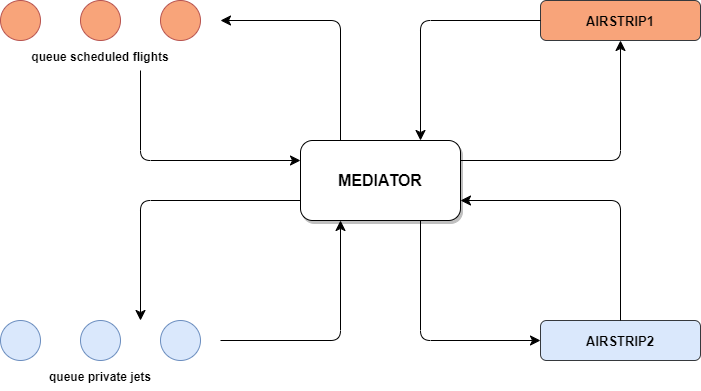
This is AirTrafficController_Doc/figure4.png from NiccoBene00/airTrafficController, a draw.io export, as it was before one commit. Source tidied: cells renumbered, new cells last; positions are measured from the earlier drawing's top-left corner, leaving out a move shared by most shapes. Its diagram source:
```xml
<mxGraphModel background="#FFFFFF">
  <root>
    <mxCell id="0" />
    <mxCell id="1" parent="0" />
    <mxCell id="2" style="ellipse;whiteSpace=wrap;html=1;fillColor=#F8A47A;strokeColor=#b85450;" parent="1" vertex="1">
      <mxGeometry width="40" height="40" as="geometry" />
    </mxCell>
    <mxCell id="3" style="ellipse;whiteSpace=wrap;html=1;fillColor=#dae8fc;strokeColor=#6c8ebf;" parent="1" vertex="1">
      <mxGeometry y="320" width="40" height="40" as="geometry" />
    </mxCell>
    <mxCell id="4" value="&lt;b&gt;MEDIATOR&lt;/b&gt;" style="rounded=1;whiteSpace=wrap;html=1;fontSize=16;shadow=1;" parent="1" vertex="1">
      <mxGeometry x="300" y="140" width="160" height="80" as="geometry" />
    </mxCell>
    <mxCell id="5" style="ellipse;whiteSpace=wrap;html=1;fillColor=#F8A47A;strokeColor=#b85450;" parent="1" vertex="1">
      <mxGeometry x="80" width="40" height="40" as="geometry" />
    </mxCell>
    <mxCell id="6" style="ellipse;whiteSpace=wrap;html=1;fillColor=#F8A47A;strokeColor=#b85450;" parent="1" vertex="1">
      <mxGeometry x="160" width="40" height="40" as="geometry" />
    </mxCell>
    <mxCell id="7" value="&lt;font size=&quot;1&quot; style=&quot;&quot;&gt;&lt;b style=&quot;font-size: 12px;&quot;&gt;queue scheduled flights&lt;/b&gt;&lt;/font&gt;" style="text;html=1;strokeColor=none;fillColor=none;align=center;verticalAlign=middle;whiteSpace=wrap;rounded=0;fontSize=16;strokeWidth=1;" parent="1" vertex="1">
      <mxGeometry x="20" y="40" width="160" height="30" as="geometry" />
    </mxCell>
    <mxCell id="8" style="ellipse;whiteSpace=wrap;html=1;fillColor=#dae8fc;strokeColor=#6c8ebf;" parent="1" vertex="1">
      <mxGeometry x="80" y="320" width="40" height="40" as="geometry" />
    </mxCell>
    <mxCell id="9" style="ellipse;whiteSpace=wrap;html=1;fillColor=#DAE8FC;strokeColor=#6c8ebf;" parent="1" vertex="1">
      <mxGeometry x="160" y="320" width="40" height="40" as="geometry" />
    </mxCell>
    <mxCell id="10" value="&lt;font size=&quot;1&quot; style=&quot;&quot;&gt;&lt;b style=&quot;font-size: 12px;&quot;&gt;queue private jets&lt;/b&gt;&lt;/font&gt;" style="text;html=1;strokeColor=none;fillColor=none;align=center;verticalAlign=middle;whiteSpace=wrap;rounded=0;fontSize=16;" parent="1" vertex="1">
      <mxGeometry x="20" y="360" width="160" height="30" as="geometry" />
    </mxCell>
    <mxCell id="11" style="endArrow=classic;html=1;rounded=1;fontSize=12;startSize=8;endSize=8;entryX=0;entryY=0.25;entryDx=0;entryDy=0;exitX=0.75;exitY=1;exitDx=0;exitDy=0;fillColor=#e51400;strokeColor=#000000;" parent="1" edge="1" source="7" target="4">
      <mxGeometry relative="1" as="geometry">
        <Array as="points">
          <mxPoint x="140" y="160" />
        </Array>
      </mxGeometry>
    </mxCell>
    <mxCell id="12" style="endArrow=classic;html=1;rounded=1;fontSize=12;startSize=8;endSize=8;exitX=0;exitY=0.75;exitDx=0;exitDy=0;fillColor=#e51400;strokeColor=#000000;" parent="1" edge="1" source="4">
      <mxGeometry relative="1" as="geometry">
        <mxPoint x="140" y="320" as="targetPoint" />
        <Array as="points">
          <mxPoint x="140" y="200" />
        </Array>
      </mxGeometry>
    </mxCell>
    <mxCell id="13" value="&lt;font size=&quot;1&quot; style=&quot;&quot;&gt;&lt;b style=&quot;font-size: 13px;&quot;&gt;AIRSTRIP1&lt;/b&gt;&lt;/font&gt;" style="rounded=1;whiteSpace=wrap;html=1;fontSize=16;fillColor=#F8A47A;strokeColor=#36393d;" parent="1" vertex="1">
      <mxGeometry x="540" width="160" height="40" as="geometry" />
    </mxCell>
    <mxCell id="14" style="endArrow=classic;html=1;rounded=1;fontSize=12;startSize=8;endSize=8;exitX=0.25;exitY=0;exitDx=0;exitDy=0;fillColor=#e51400;strokeColor=#000000;" parent="1" edge="1" source="4">
      <mxGeometry relative="1" as="geometry">
        <mxPoint x="220" y="20" as="targetPoint" />
        <Array as="points">
          <mxPoint x="340" y="20" />
        </Array>
      </mxGeometry>
    </mxCell>
    <mxCell id="15" style="endArrow=classic;html=1;rounded=1;fontSize=12;startSize=8;endSize=8;entryX=0.75;entryY=0;entryDx=0;entryDy=0;exitX=0;exitY=0.5;exitDx=0;exitDy=0;fillColor=#e51400;strokeColor=#000000;" parent="1" edge="1" source="13" target="4">
      <mxGeometry relative="1" as="geometry">
        <Array as="points">
          <mxPoint x="420" y="20" />
        </Array>
      </mxGeometry>
    </mxCell>
    <mxCell id="16" style="endArrow=classic;html=1;rounded=1;fontSize=12;startSize=8;endSize=8;exitX=1;exitY=0.25;exitDx=0;exitDy=0;entryX=0.5;entryY=1;entryDx=0;entryDy=0;fillColor=#e51400;strokeColor=#000000;" parent="1" edge="1" source="4" target="13">
      <mxGeometry relative="1" as="geometry">
        <Array as="points">
          <mxPoint x="620" y="160" />
        </Array>
      </mxGeometry>
    </mxCell>
    <mxCell id="17" style="endArrow=classic;html=1;rounded=1;fontSize=12;startSize=8;endSize=8;entryX=0.25;entryY=1;entryDx=0;entryDy=0;fillColor=#e51400;strokeColor=#000000;" parent="1" edge="1" target="4">
      <mxGeometry relative="1" as="geometry">
        <mxPoint x="220" y="340" as="sourcePoint" />
        <Array as="points">
          <mxPoint x="340" y="340" />
        </Array>
      </mxGeometry>
    </mxCell>
    <mxCell id="18" value="&lt;font size=&quot;1&quot; style=&quot;&quot;&gt;&lt;b style=&quot;font-size: 13px;&quot;&gt;AIRSTRIP2&lt;/b&gt;&lt;/font&gt;" style="rounded=1;whiteSpace=wrap;html=1;fontSize=16;fillColor=#DAE8FC;strokeColor=#36393d;" parent="1" vertex="1">
      <mxGeometry x="540" y="320" width="160" height="40" as="geometry" />
    </mxCell>
    <mxCell id="19" style="endArrow=classic;html=1;rounded=1;fontSize=12;startSize=8;endSize=8;exitX=0.75;exitY=1;exitDx=0;exitDy=0;entryX=0;entryY=0.5;entryDx=0;entryDy=0;fillColor=#e51400;strokeColor=#000000;" parent="1" edge="1" source="4" target="18">
      <mxGeometry relative="1" as="geometry">
        <Array as="points">
          <mxPoint x="420" y="340" />
        </Array>
      </mxGeometry>
    </mxCell>
    <mxCell id="20" style="endArrow=classic;html=1;rounded=1;fontSize=12;startSize=8;endSize=8;exitX=0.5;exitY=0;exitDx=0;exitDy=0;entryX=1;entryY=0.75;entryDx=0;entryDy=0;fillColor=#e51400;strokeColor=#000000;" parent="1" edge="1" source="18" target="4">
      <mxGeometry relative="1" as="geometry">
        <Array as="points">
          <mxPoint x="620" y="200" />
        </Array>
      </mxGeometry>
    </mxCell>
  </root>
</mxGraphModel>
```
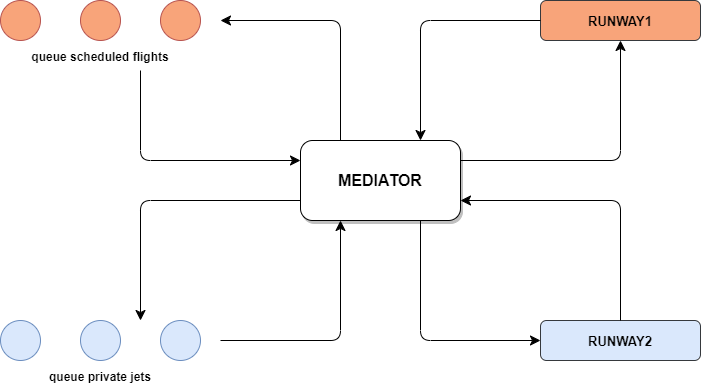
After the change.

What changed in the source:
```diff
@@ -44,7 +44,7 @@
         </Array>
       </mxGeometry>
     </mxCell>
-    <mxCell id="13" value="&lt;font size=&quot;1&quot; style=&quot;&quot;&gt;&lt;b style=&quot;font-size: 13px;&quot;&gt;AIRSTRIP1&lt;/b&gt;&lt;/font&gt;" style="rounded=1;whiteSpace=wrap;html=1;fontSize=16;fillColor=#F8A47A;strokeColor=#36393d;" parent="1" vertex="1">
+    <mxCell id="13" value="&lt;font size=&quot;1&quot; style=&quot;&quot;&gt;&lt;b style=&quot;font-size: 13px;&quot;&gt;RUNWAY1&lt;/b&gt;&lt;/font&gt;" style="rounded=1;whiteSpace=wrap;html=1;fontSize=16;fillColor=#F8A47A;strokeColor=#36393d;" parent="1" vertex="1">
       <mxGeometry x="540" width="160" height="40" as="geometry" />
     </mxCell>
     <mxCell id="14" style="endArrow=classic;html=1;rounded=1;fontSize=12;startSize=8;endSize=8;exitX=0.25;exitY=0;exitDx=0;exitDy=0;fillColor=#e51400;strokeColor=#000000;" parent="1" edge="1" source="4">
@@ -77,7 +77,7 @@
         </Array>
       </mxGeometry>
     </mxCell>
-    <mxCell id="18" value="&lt;font size=&quot;1&quot; style=&quot;&quot;&gt;&lt;b style=&quot;font-size: 13px;&quot;&gt;AIRSTRIP2&lt;/b&gt;&lt;/font&gt;" style="rounded=1;whiteSpace=wrap;html=1;fontSize=16;fillColor=#DAE8FC;strokeColor=#36393d;" parent="1" vertex="1">
+    <mxCell id="18" value="&lt;font size=&quot;1&quot; style=&quot;&quot;&gt;&lt;b style=&quot;font-size: 13px;&quot;&gt;RUNWAY2&lt;/b&gt;&lt;/font&gt;" style="rounded=1;whiteSpace=wrap;html=1;fontSize=16;fillColor=#DAE8FC;strokeColor=#36393d;" parent="1" vertex="1">
       <mxGeometry x="540" y="320" width="160" height="40" as="geometry" />
     </mxCell>
     <mxCell id="19" style="endArrow=classic;html=1;rounded=1;fontSize=12;startSize=8;endSize=8;exitX=0.75;exitY=1;exitDx=0;exitDy=0;entryX=0;entryY=0.5;entryDx=0;entryDy=0;fillColor=#e51400;strokeColor=#000000;" parent="1" edge="1" source="4" target="18">
```
